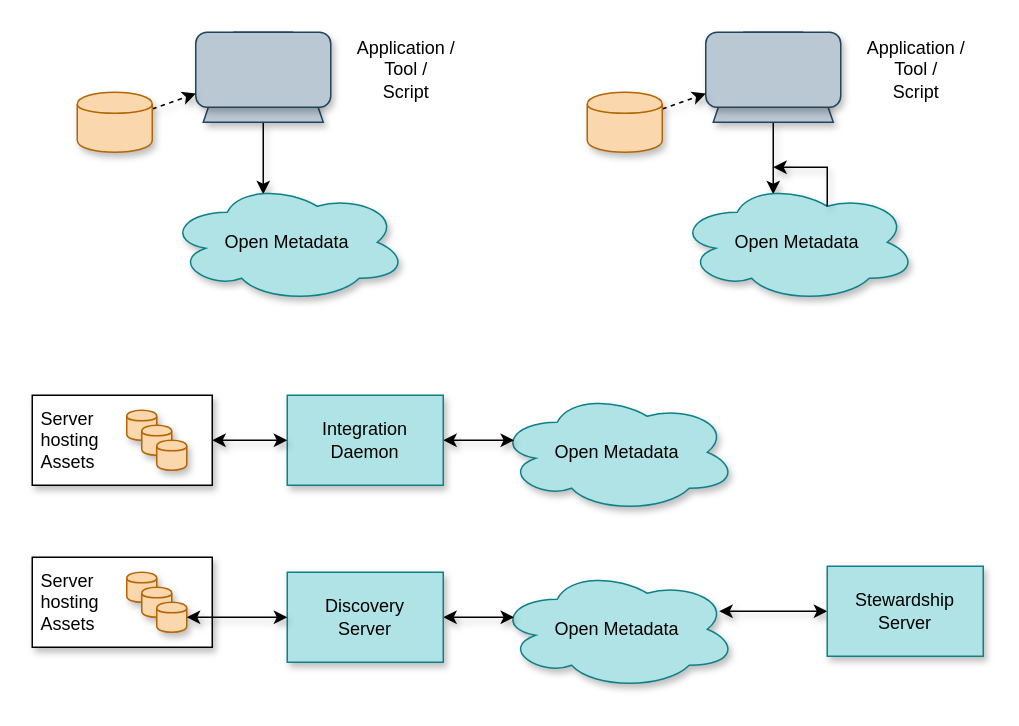
Earlier version of the draw.io diagram page "catalog-automation" (3 of 8) of open-metadata-publication/website/cataloging-assets/cataloging-assets.drawio (odpi/egeria). Source tidied: cells renumbered, new cells numbered last; positions are measured from the earlier drawing's top-left corner, leaving out a move shared by most shapes. Both pictures are drawn from the tidied source at 150%, with x=0, y=0 at pixel (32, 32).
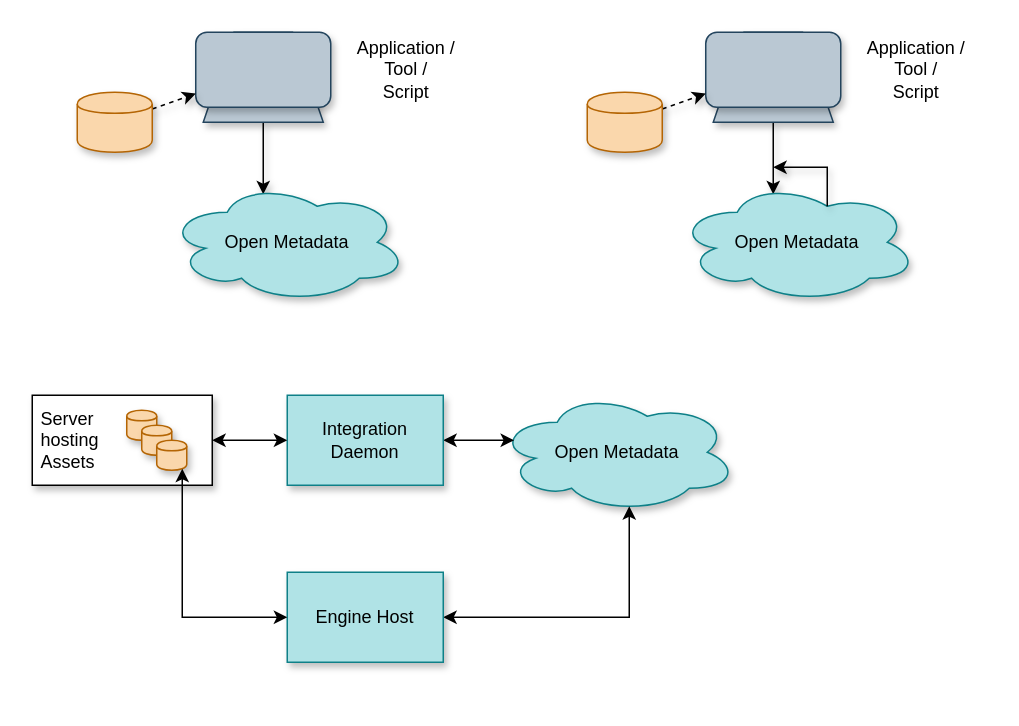
The same diagram, later.

The change refers to these unchanged cells:
```xml
<mxCell id="17" value="Open Metadata" style="ellipse;shape=cloud;whiteSpace=wrap;html=1;fillColor=#b0e3e6;strokeColor=#0e8088;shadow=1;" parent="1" vertex="1">
  <mxGeometry x="310" y="240" width="160" height="80" as="geometry" />
</mxCell>
<mxCell id="19" value="Integration&lt;br&gt;Daemon" style="rounded=0;whiteSpace=wrap;html=1;fillColor=#b0e3e6;strokeColor=#0e8088;shadow=1;" parent="1" vertex="1">
  <mxGeometry x="170" y="242" width="104" height="60" as="geometry" />
</mxCell>
<mxCell id="21" value="Server&lt;br&gt;hosting&lt;br&gt;Assets" style="rounded=0;whiteSpace=wrap;html=1;align=left;spacingLeft=4;shadow=1;" parent="1" vertex="1">
  <mxGeometry y="242" width="120" height="60" as="geometry" />
</mxCell>
<mxCell id="24" style="shape=cylinder;whiteSpace=wrap;html=1;boundedLbl=1;backgroundOutline=1;fillColor=#fad7ac;strokeColor=#b46504;shadow=1;" parent="1" vertex="1">
  <mxGeometry x="83" y="272" width="20" height="20" as="geometry" />
</mxCell>
```

What changed in the source:
```diff
@@
-    <mxCell id="18" style="edgeStyle=orthogonalEdgeStyle;rounded=0;jettySize=auto;html=1;exitX=1;exitY=0.5;exitDx=0;exitDy=0;entryX=0.07;entryY=0.4;entryDx=0;entryDy=0;entryPerimeter=0;startArrow=classic;startFill=1;shadow=1;" parent="1" edge="1" source="19" target="17">
+    <mxCell id="18" style="edgeStyle=orthogonalEdgeStyle;rounded=0;jettySize=auto;html=1;exitX=1;exitY=0.5;exitDx=0;exitDy=0;entryX=0.07;entryY=0.4;entryDx=0;entryDy=0;entryPerimeter=0;startArrow=classic;startFill=1;shadow=0;" parent="1" edge="1" source="19" target="17">
       <mxGeometry relative="1" as="geometry" />
     </mxCell>
@@
-    <mxCell id="20" style="edgeStyle=orthogonalEdgeStyle;rounded=0;jettySize=auto;html=1;entryX=0;entryY=0.5;entryDx=0;entryDy=0;startArrow=classic;startFill=1;shadow=1;" parent="1" edge="1" source="21" target="19">
+    <mxCell id="20" style="edgeStyle=orthogonalEdgeStyle;rounded=0;jettySize=auto;html=1;entryX=0;entryY=0.5;entryDx=0;entryDy=0;startArrow=classic;startFill=1;shadow=0;" parent="1" edge="1" source="21" target="19">
       <mxGeometry relative="1" as="geometry" />
     </mxCell>
@@
-    <mxCell id="25" value="Open Metadata" style="ellipse;shape=cloud;whiteSpace=wrap;html=1;fillColor=#b0e3e6;strokeColor=#0e8088;shadow=1;" parent="1" vertex="1">
-      <mxGeometry x="310" y="358" width="160" height="80" as="geometry" />
-    </mxCell>
-    <mxCell id="26" style="edgeStyle=orthogonalEdgeStyle;rounded=0;jettySize=auto;html=1;exitX=1;exitY=0.5;exitDx=0;exitDy=0;entryX=0.07;entryY=0.4;entryDx=0;entryDy=0;entryPerimeter=0;startArrow=classic;startFill=1;shadow=1;" parent="1" edge="1" source="27" target="25">
+    <mxCell id="26" style="edgeStyle=orthogonalEdgeStyle;rounded=0;jettySize=auto;html=1;exitX=1;exitY=0.5;exitDx=0;exitDy=0;entryX=0.55;entryY=0.95;entryDx=0;entryDy=0;entryPerimeter=0;startArrow=classic;startFill=1;shadow=0;" parent="1" edge="1" source="27" target="17">
       <mxGeometry relative="1" as="geometry" />
     </mxCell>
-    <mxCell id="27" value="Discovery&lt;br&gt;Server" style="rounded=0;whiteSpace=wrap;html=1;fillColor=#b0e3e6;strokeColor=#0e8088;shadow=1;" parent="1" vertex="1">
+    <mxCell id="27" value="Engine Host" style="rounded=0;whiteSpace=wrap;html=1;fillColor=#b0e3e6;strokeColor=#0e8088;shadow=1;" parent="1" vertex="1">
       <mxGeometry x="170" y="360" width="104" height="60" as="geometry" />
     </mxCell>
-    <mxCell id="28" value="Server&lt;br&gt;hosting&lt;br&gt;Assets" style="rounded=0;whiteSpace=wrap;html=1;align=left;spacingLeft=4;shadow=1;" parent="1" vertex="1">
-      <mxGeometry y="350" width="120" height="60" as="geometry" />
-    </mxCell>
-    <mxCell id="29" style="shape=cylinder;whiteSpace=wrap;html=1;boundedLbl=1;backgroundOutline=1;fillColor=#fad7ac;strokeColor=#b46504;shadow=1;" parent="1" vertex="1">
-      <mxGeometry x="63" y="360" width="20" height="20" as="geometry" />
-    </mxCell>
-    <mxCell id="30" style="shape=cylinder;whiteSpace=wrap;html=1;boundedLbl=1;backgroundOutline=1;fillColor=#fad7ac;strokeColor=#b46504;shadow=1;" parent="1" vertex="1">
-      <mxGeometry x="73" y="370" width="20" height="20" as="geometry" />
-    </mxCell>
-    <mxCell id="31" style="shape=cylinder;whiteSpace=wrap;html=1;boundedLbl=1;backgroundOutline=1;fillColor=#fad7ac;strokeColor=#b46504;shadow=1;" parent="1" vertex="1">
-      <mxGeometry x="83" y="380" width="20" height="20" as="geometry" />
-    </mxCell>
-    <mxCell id="32" style="edgeStyle=orthogonalEdgeStyle;rounded=0;jettySize=auto;html=1;entryX=0;entryY=0.5;entryDx=0;entryDy=0;startArrow=classic;startFill=1;exitX=1;exitY=0.5;exitDx=0;exitDy=0;shadow=1;" parent="1" edge="1" source="31" target="27">
+    <mxCell id="32" style="edgeStyle=orthogonalEdgeStyle;rounded=0;jettySize=auto;html=1;entryX=0;entryY=0.5;entryDx=0;entryDy=0;startArrow=classic;startFill=1;exitX=0.85;exitY=0.95;exitDx=0;exitDy=0;shadow=0;exitPerimeter=0;" parent="1" edge="1" source="24" target="27">
       <mxGeometry relative="1" as="geometry" />
     </mxCell>
-    <mxCell id="33" style="edgeStyle=orthogonalEdgeStyle;rounded=0;jettySize=auto;html=1;exitX=0;exitY=0.5;exitDx=0;exitDy=0;entryX=0.925;entryY=0.35;entryDx=0;entryDy=0;entryPerimeter=0;startArrow=classic;startFill=1;shadow=1;" parent="1" edge="1" source="34" target="25">
-      <mxGeometry relative="1" as="geometry" />
-    </mxCell>
-    <mxCell id="34" value="Stewardship&lt;br&gt;Server" style="rounded=0;whiteSpace=wrap;html=1;fillColor=#b0e3e6;strokeColor=#0e8088;shadow=1;" parent="1" vertex="1">
-      <mxGeometry x="530" y="356" width="104" height="60" as="geometry" />
-    </mxCell>
```
